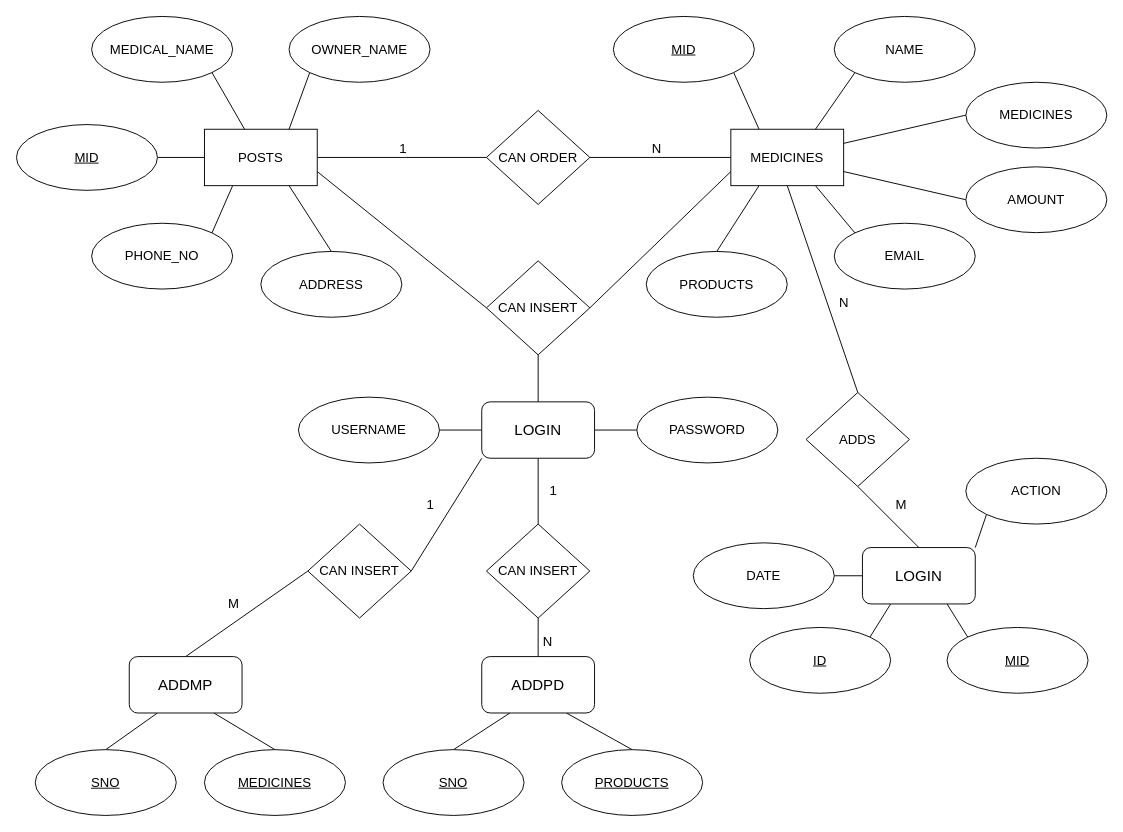
Before: Er.drawio in Akp-arvind/dbms_mini_project_medical, a draw.io diagram. Source tidied: cells renumbered, new cells numbered last; positions are measured from the earlier drawing's top-left corner, leaving out a move shared by most shapes. Both pictures are drawn from the tidied source at 94%, with x=0, y=0 at pixel (16, 16).
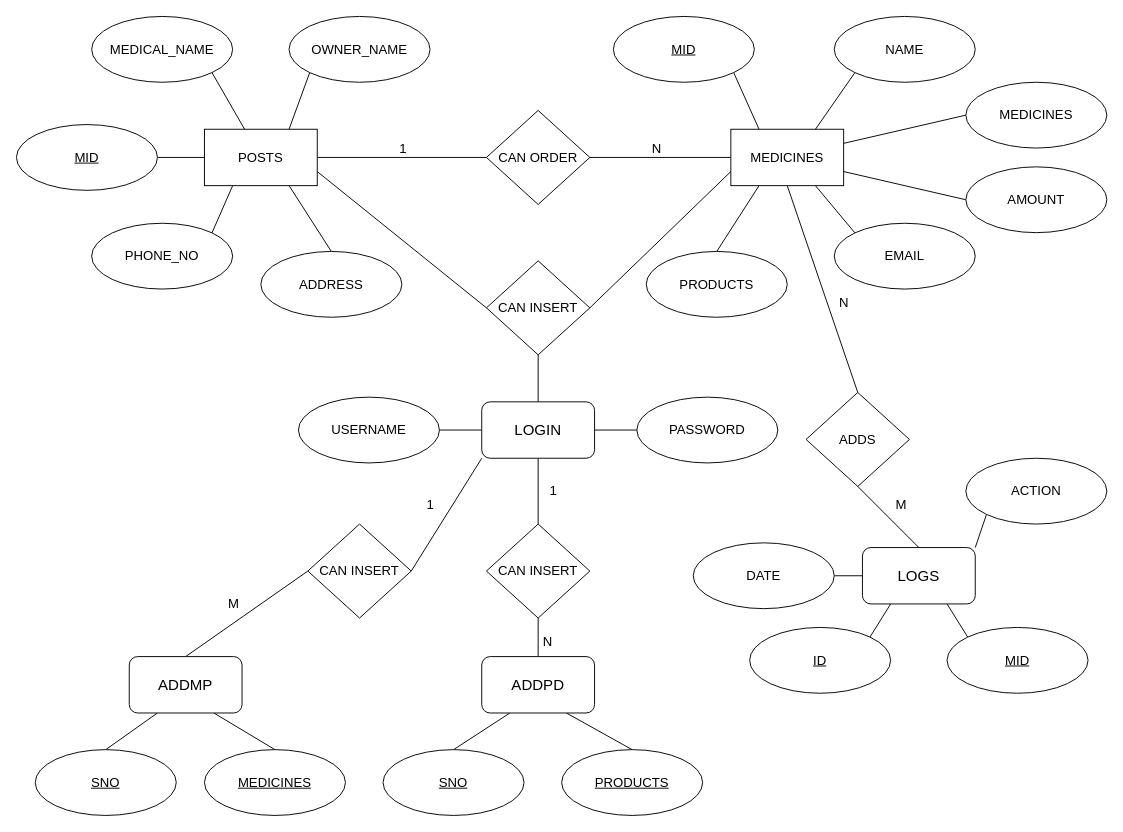
The same diagram, later.

Change to the diagram source:
```diff
@@
-    <mxCell id="41" value="&lt;font style=&quot;font-size: 16px;&quot;&gt;LOGIN&lt;/font&gt;" style="rounded=1;whiteSpace=wrap;html=1;fontSize=14;" parent="1" vertex="1">
+    <mxCell id="41" value="&lt;span style=&quot;font-size: 16px;&quot;&gt;LOGS&lt;/span&gt;" style="rounded=1;whiteSpace=wrap;html=1;fontSize=14;" parent="1" vertex="1">
       <mxGeometry x="900" y="565" width="120" height="60" as="geometry" />
     </mxCell>
```
